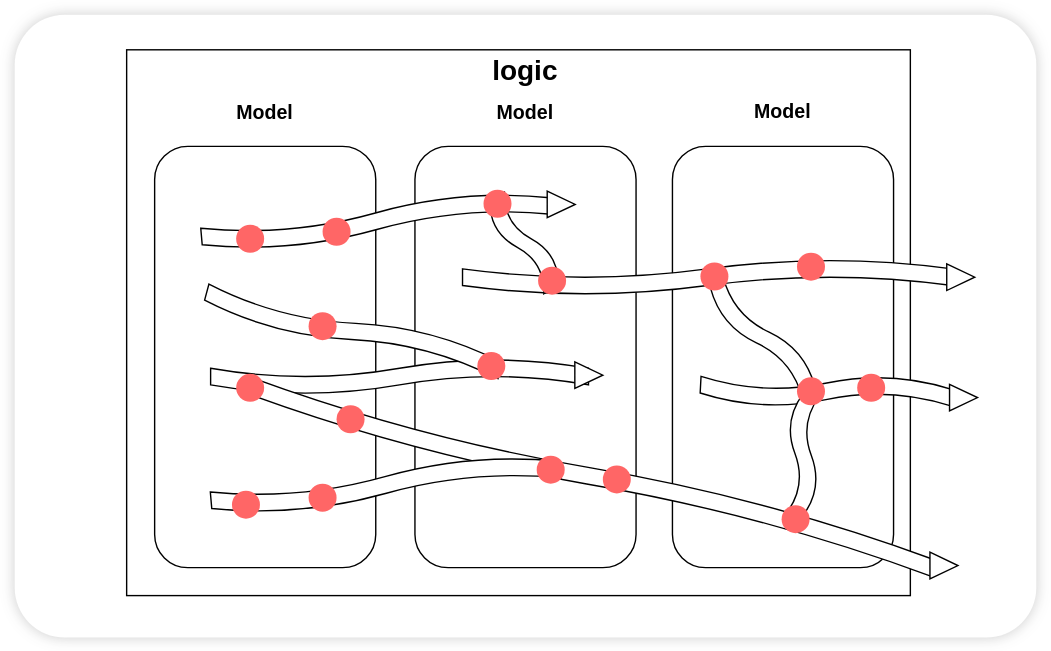
fluthjs/fluth-vue keeps this draw.io diagram as packages/public/logic-stream.drawio.svg. Above is the earlier version. Source tidied: cells renumbered, new cells last; positions are measured from the earlier drawing's top-left corner, leaving out a move shared by most shapes.
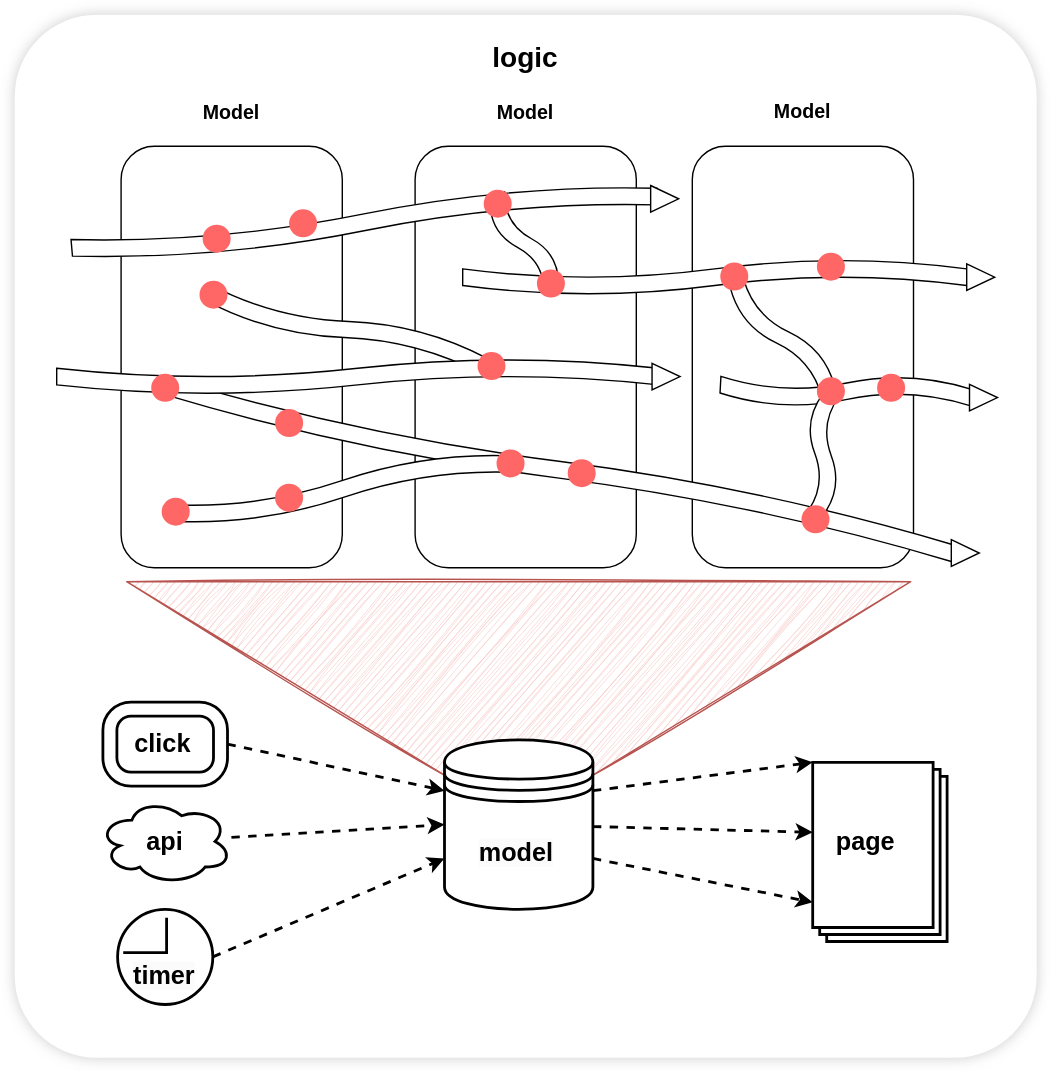
The same file after the commit.

Commit message:
feat: add fluth global factory

Change to the diagram source:
```diff
@@ -3,127 +3,193 @@
     <mxCell id="0" />
     <mxCell id="1" parent="0" />
     <mxCell id="2" style="rounded=1;whiteSpace=wrap;html=1;fontFamily=Helvetica;fontSize=11;fontColor=default;labelBackgroundColor=default;arcSize=8;shadow=1;glass=0;strokeColor=none;shadowOffsetX=0;shadowOffsetY=0;shadowBlur=5;shadowColor=#333333;" parent="1" vertex="1">
-      <mxGeometry width="730" height="445" as="geometry" />
+      <mxGeometry width="730" height="745" as="geometry" />
     </mxCell>
-    <mxCell id="3" style="rounded=0;whiteSpace=wrap;html=1;" parent="1" vertex="1">
-      <mxGeometry x="80" y="25" width="560" height="390" as="geometry" />
-    </mxCell>
     <mxCell id="4" value="&lt;font style=&quot;font-size: 20px;&quot;&gt;&lt;b&gt;logic&lt;/b&gt;&lt;/font&gt;" style="text;html=1;align=center;verticalAlign=middle;whiteSpace=wrap;rounded=0;fontFamily=Helvetica;fontSize=11;fontColor=default;labelBackgroundColor=default;" parent="1" vertex="1">
-      <mxGeometry x="335" y="24" width="60" height="30" as="geometry" />
+      <mxGeometry x="335" y="15" width="60" height="30" as="geometry" />
     </mxCell>
     <mxCell id="5" value="&lt;b&gt;&lt;font style=&quot;font-size: 14px;&quot;&gt;Model&lt;/font&gt;&lt;/b&gt;" style="text;html=1;align=center;verticalAlign=middle;whiteSpace=wrap;rounded=0;" parent="1" vertex="1">
-      <mxGeometry x="149" y="55" width="60" height="30" as="geometry" />
+      <mxGeometry x="125" y="55" width="60" height="30" as="geometry" />
     </mxCell>
     <mxCell id="6" value="&lt;b&gt;&lt;font style=&quot;font-size: 14px;&quot;&gt;Model&lt;/font&gt;&lt;/b&gt;" style="text;html=1;align=center;verticalAlign=middle;whiteSpace=wrap;rounded=0;" parent="1" vertex="1">
       <mxGeometry x="335" y="55" width="60" height="30" as="geometry" />
     </mxCell>
     <mxCell id="7" value="&lt;b&gt;&lt;font style=&quot;font-size: 14px;&quot;&gt;Model&lt;/font&gt;&lt;/b&gt;" style="text;html=1;align=center;verticalAlign=middle;whiteSpace=wrap;rounded=0;" parent="1" vertex="1">
-      <mxGeometry x="519" y="54" width="60" height="30" as="geometry" />
+      <mxGeometry x="533" y="54" width="60" height="30" as="geometry" />
     </mxCell>
     <mxCell id="8" style="rounded=1;whiteSpace=wrap;html=1;" parent="1" vertex="1">
-      <mxGeometry x="470" y="94" width="158" height="301" as="geometry" />
+      <mxGeometry x="484" y="94" width="158" height="301" as="geometry" />
     </mxCell>
     <mxCell id="9" style="rounded=1;whiteSpace=wrap;html=1;" parent="1" vertex="1">
-      <mxGeometry x="100" y="94" width="158" height="301" as="geometry" />
+      <mxGeometry x="76" y="94" width="158" height="301" as="geometry" />
     </mxCell>
     <mxCell id="10" style="rounded=1;whiteSpace=wrap;html=1;" parent="1" vertex="1">
       <mxGeometry x="286" y="94" width="158" height="301" as="geometry" />
     </mxCell>
-    <mxCell id="11" style="shape=tape;whiteSpace=wrap;html=1;strokeWidth=1;size=0.525;" parent="1" vertex="1">
-      <mxGeometry x="140" y="246" width="270" height="25" as="geometry" />
-    </mxCell>
-    <mxCell id="12" style="shape=tape;whiteSpace=wrap;html=1;strokeWidth=1;size=0.525;rotation=15;" parent="1" vertex="1">
-      <mxGeometry x="155.2" y="317" width="510" height="25" as="geometry" />
+    <mxCell id="12" style="shape=tape;whiteSpace=wrap;html=1;strokeWidth=1;size=0.525;rotation=12;" parent="1" vertex="1">
+      <mxGeometry x="100.4" y="312.5" width="576.8" height="25" as="geometry" />
     </mxCell>
-    <mxCell id="13" style="shape=waypoint;sketch=0;fillStyle=solid;size=6;fillColor=none;perimeter=centerPerimeter;strokeWidth=8;strokeColor=#FF6666;" parent="1" vertex="1">
-      <mxGeometry x="158.2" y="256.5" width="20" height="20" as="geometry" />
-    </mxCell>
-    <mxCell id="14" style="shape=tape;whiteSpace=wrap;html=1;strokeWidth=1;size=0.525;rotation=-5;" parent="1" vertex="1">
-      <mxGeometry x="139.8" y="323.4" width="250.5" height="25" as="geometry" />
+    <mxCell id="14" style="shape=tape;whiteSpace=wrap;html=1;strokeWidth=1;size=0.525;rotation=352;" parent="1" vertex="1">
+      <mxGeometry x="110.1" y="326.1" width="249.9" height="25" as="geometry" />
     </mxCell>
     <mxCell id="15" style="shape=waypoint;sketch=0;fillStyle=solid;size=6;fillColor=none;perimeter=centerPerimeter;strokeWidth=8;strokeColor=#FF6666;" parent="1" vertex="1">
-      <mxGeometry x="373" y="315" width="20" height="20" as="geometry" />
+      <mxGeometry x="344.2" y="310.5" width="20" height="20" as="geometry" />
     </mxCell>
     <mxCell id="16" style="shape=waypoint;sketch=0;fillStyle=solid;size=6;fillColor=none;perimeter=centerPerimeter;strokeWidth=8;strokeColor=#FF6666;" parent="1" vertex="1">
-      <mxGeometry x="155.2" y="340" width="20" height="20" as="geometry" />
+      <mxGeometry x="105" y="345" width="20" height="20" as="geometry" />
     </mxCell>
     <mxCell id="17" style="triangle;whiteSpace=wrap;html=1;" parent="1" vertex="1">
-      <mxGeometry x="654" y="384" width="20" height="19" as="geometry" />
+      <mxGeometry x="669" y="375" width="20" height="19" as="geometry" />
     </mxCell>
     <mxCell id="18" style="shape=tape;whiteSpace=wrap;html=1;strokeWidth=1;size=0.525;rotation=15;" parent="1" vertex="1">
-      <mxGeometry x="133.6" y="213.7" width="217" height="25" as="geometry" />
+      <mxGeometry x="133.7" y="212.4" width="206.4" height="25" as="geometry" />
     </mxCell>
-    <mxCell id="19" style="shape=waypoint;sketch=0;fillStyle=solid;size=6;fillColor=none;perimeter=centerPerimeter;strokeWidth=8;strokeColor=#FF6666;" parent="1" vertex="1">
-      <mxGeometry x="330.6" y="241" width="20" height="20" as="geometry" />
-    </mxCell>
     <mxCell id="20" style="shape=tape;whiteSpace=wrap;html=1;strokeWidth=1;size=0.525;rotation=-5;" parent="1" vertex="1">
-      <mxGeometry x="133" y="135" width="250.5" height="25" as="geometry" />
+      <mxGeometry x="40" y="135.7" width="420" height="25" as="geometry" />
     </mxCell>
     <mxCell id="21" style="shape=waypoint;sketch=0;fillStyle=solid;size=6;fillColor=none;perimeter=centerPerimeter;strokeWidth=8;strokeColor=#FF6666;" parent="1" vertex="1">
-      <mxGeometry x="158.2" y="150" width="20" height="20" as="geometry" />
+      <mxGeometry x="134.2" y="150" width="20" height="20" as="geometry" />
     </mxCell>
     <mxCell id="22" style="shape=tape;whiteSpace=wrap;html=1;strokeWidth=1;size=0.525;" parent="1" vertex="1">
-      <mxGeometry x="320" y="175" width="350" height="25" as="geometry" />
+      <mxGeometry x="320" y="175" width="360" height="25" as="geometry" />
     </mxCell>
     <mxCell id="23" style="triangle;whiteSpace=wrap;html=1;" parent="1" vertex="1">
-      <mxGeometry x="380.5" y="126" width="20" height="19" as="geometry" />
+      <mxGeometry x="454.2" y="122" width="20" height="19" as="geometry" />
     </mxCell>
     <mxCell id="24" style="shape=tape;whiteSpace=wrap;html=1;strokeWidth=1;size=0.525;rotation=60;" parent="1" vertex="1">
       <mxGeometry x="325.5" y="150.5" width="77" height="25" as="geometry" />
     </mxCell>
     <mxCell id="25" style="shape=waypoint;sketch=0;fillStyle=solid;size=6;fillColor=none;perimeter=centerPerimeter;strokeWidth=8;strokeColor=#FF6666;" parent="1" vertex="1">
-      <mxGeometry x="374" y="180" width="20" height="20" as="geometry" />
+      <mxGeometry x="373" y="182" width="20" height="20" as="geometry" />
     </mxCell>
     <mxCell id="26" style="shape=waypoint;sketch=0;fillStyle=solid;size=6;fillColor=none;perimeter=centerPerimeter;strokeWidth=8;strokeColor=#FF6666;" parent="1" vertex="1">
       <mxGeometry x="335" y="125" width="20" height="20" as="geometry" />
     </mxCell>
     <mxCell id="27" style="shape=waypoint;sketch=0;fillStyle=solid;size=6;fillColor=none;perimeter=centerPerimeter;strokeWidth=8;strokeColor=#FF6666;" parent="1" vertex="1">
-      <mxGeometry x="210" y="212.5" width="20" height="20" as="geometry" />
+      <mxGeometry x="132" y="190" width="20" height="20" as="geometry" />
     </mxCell>
     <mxCell id="28" style="triangle;whiteSpace=wrap;html=1;" parent="1" vertex="1">
-      <mxGeometry x="666" y="178" width="20" height="19" as="geometry" />
+      <mxGeometry x="680" y="178" width="20" height="19" as="geometry" />
     </mxCell>
-    <mxCell id="29" style="triangle;whiteSpace=wrap;html=1;" parent="1" vertex="1">
-      <mxGeometry x="400.2" y="248" width="20" height="19" as="geometry" />
-    </mxCell>
     <mxCell id="30" style="shape=tape;whiteSpace=wrap;html=1;strokeWidth=1;size=0.525;rotation=3;" parent="1" vertex="1">
-      <mxGeometry x="490" y="256.5" width="180" height="25" as="geometry" />
+      <mxGeometry x="504" y="256.5" width="180" height="25" as="geometry" />
     </mxCell>
     <mxCell id="31" style="triangle;whiteSpace=wrap;html=1;" parent="1" vertex="1">
-      <mxGeometry x="668" y="264" width="20" height="19" as="geometry" />
+      <mxGeometry x="682" y="264" width="20" height="19" as="geometry" />
     </mxCell>
     <mxCell id="32" style="shape=tape;whiteSpace=wrap;html=1;strokeWidth=1;size=0.525;rotation=50;" parent="1" vertex="1">
-      <mxGeometry x="483.5" y="218.1" width="102" height="25" as="geometry" />
+      <mxGeometry x="497.5" y="218.1" width="102" height="25" as="geometry" />
     </mxCell>
     <mxCell id="33" style="shape=waypoint;sketch=0;fillStyle=solid;size=6;fillColor=none;perimeter=centerPerimeter;strokeWidth=8;strokeColor=#FF6666;" parent="1" vertex="1">
-      <mxGeometry x="490" y="177" width="20" height="20" as="geometry" />
+      <mxGeometry x="504" y="177" width="20" height="20" as="geometry" />
     </mxCell>
     <mxCell id="34" style="shape=tape;whiteSpace=wrap;html=1;strokeWidth=1;size=0.525;rotation=98;" parent="1" vertex="1">
-      <mxGeometry x="520.1" y="301.6" width="86.5" height="25" as="geometry" />
+      <mxGeometry x="534.1" y="301.6" width="86.5" height="25" as="geometry" />
     </mxCell>
     <mxCell id="35" style="shape=waypoint;sketch=0;fillStyle=solid;size=6;fillColor=none;perimeter=centerPerimeter;strokeWidth=8;strokeColor=#FF6666;" parent="1" vertex="1">
-      <mxGeometry x="559" y="259" width="20" height="20" as="geometry" />
+      <mxGeometry x="573" y="259" width="20" height="20" as="geometry" />
     </mxCell>
     <mxCell id="36" style="shape=waypoint;sketch=0;fillStyle=solid;size=6;fillColor=none;perimeter=centerPerimeter;strokeWidth=8;strokeColor=#FF6666;" parent="1" vertex="1">
-      <mxGeometry x="548" y="350.4" width="20" height="20" as="geometry" />
+      <mxGeometry x="562" y="350.4" width="20" height="20" as="geometry" />
     </mxCell>
     <mxCell id="37" style="shape=waypoint;sketch=0;fillStyle=solid;size=6;fillColor=none;perimeter=centerPerimeter;strokeWidth=8;strokeColor=#FF6666;" parent="1" vertex="1">
-      <mxGeometry x="220" y="145" width="20" height="20" as="geometry" />
+      <mxGeometry x="196" y="139" width="20" height="20" as="geometry" />
     </mxCell>
     <mxCell id="38" style="shape=waypoint;sketch=0;fillStyle=solid;size=6;fillColor=none;perimeter=centerPerimeter;strokeWidth=8;strokeColor=#FF6666;" parent="1" vertex="1">
-      <mxGeometry x="230" y="279" width="20" height="20" as="geometry" />
+      <mxGeometry x="186" y="281.6" width="20" height="20" as="geometry" />
     </mxCell>
     <mxCell id="39" style="shape=waypoint;sketch=0;fillStyle=solid;size=6;fillColor=none;perimeter=centerPerimeter;strokeWidth=8;strokeColor=#FF6666;" parent="1" vertex="1">
-      <mxGeometry x="210" y="335" width="20" height="20" as="geometry" />
+      <mxGeometry x="186" y="335" width="20" height="20" as="geometry" />
     </mxCell>
     <mxCell id="40" style="shape=waypoint;sketch=0;fillStyle=solid;size=6;fillColor=none;perimeter=centerPerimeter;strokeWidth=8;strokeColor=#FF6666;" parent="1" vertex="1">
-      <mxGeometry x="420.2" y="322" width="20" height="20" as="geometry" />
+      <mxGeometry x="395" y="317.5" width="20" height="20" as="geometry" />
     </mxCell>
     <mxCell id="41" style="shape=waypoint;sketch=0;fillStyle=solid;size=6;fillColor=none;perimeter=centerPerimeter;strokeWidth=8;strokeColor=#FF6666;" parent="1" vertex="1">
-      <mxGeometry x="559" y="170" width="20" height="20" as="geometry" />
+      <mxGeometry x="573" y="170" width="20" height="20" as="geometry" />
     </mxCell>
     <mxCell id="42" style="shape=waypoint;sketch=0;fillStyle=solid;size=6;fillColor=none;perimeter=centerPerimeter;strokeWidth=8;strokeColor=#FF6666;" parent="1" vertex="1">
-      <mxGeometry x="602" y="256.5" width="20" height="20" as="geometry" />
+      <mxGeometry x="616" y="256.5" width="20" height="20" as="geometry" />
     </mxCell>
+    <mxCell id="11" style="shape=tape;whiteSpace=wrap;html=1;strokeWidth=1;size=0.525;" parent="1" vertex="1">
+      <mxGeometry x="30" y="246" width="430" height="25" as="geometry" />
+    </mxCell>
+    <mxCell id="13" style="shape=waypoint;sketch=0;fillStyle=solid;size=6;fillColor=none;perimeter=centerPerimeter;strokeWidth=8;strokeColor=#FF6666;" parent="1" vertex="1">
+      <mxGeometry x="97.5" y="256.5" width="20" height="20" as="geometry" />
+    </mxCell>
+    <mxCell id="29" style="triangle;whiteSpace=wrap;html=1;" parent="1" vertex="1">
+      <mxGeometry x="455.2" y="249" width="20" height="19" as="geometry" />
+    </mxCell>
+    <mxCell id="19" style="shape=waypoint;sketch=0;fillStyle=solid;size=6;fillColor=none;perimeter=centerPerimeter;strokeWidth=8;strokeColor=#FF6666;" parent="1" vertex="1">
+      <mxGeometry x="330.6" y="241" width="20" height="20" as="geometry" />
+    </mxCell>
+    <mxCell id="43" style="edgeStyle=none;html=1;strokeWidth=2;dashed=1;entryX=0;entryY=0;entryDx=0;entryDy=50;entryPerimeter=0;fontSize=18;fontStyle=1;" parent="1" edge="1" source="64" target="58">
+      <mxGeometry relative="1" as="geometry" />
+    </mxCell>
+    <mxCell id="44" style="edgeStyle=none;html=1;exitX=1;exitY=0.7;exitDx=0;exitDy=0;strokeWidth=2;dashed=1;entryX=0;entryY=0;entryDx=0;entryDy=100;entryPerimeter=0;fontSize=18;fontStyle=1;" parent="1" edge="1" source="64" target="58">
+      <mxGeometry relative="1" as="geometry" />
+    </mxCell>
+    <mxCell id="45" style="edgeStyle=none;html=1;entryX=0;entryY=0.5;entryDx=0;entryDy=0;strokeWidth=2;dashed=1;fontSize=18;fontStyle=1;" parent="1" edge="1" source="46" target="64">
+      <mxGeometry relative="1" as="geometry" />
+    </mxCell>
+    <mxCell id="46" value="&lt;font&gt;api&lt;/font&gt;" style="ellipse;shape=cloud;whiteSpace=wrap;html=1;strokeWidth=2;fontSize=18;fontStyle=1;" parent="1" vertex="1">
+      <mxGeometry x="60" y="560" width="95" height="61" as="geometry" />
+    </mxCell>
+    <mxCell id="47" style="edgeStyle=none;html=1;exitX=1;exitY=0.3;exitDx=0;exitDy=0;entryX=0;entryY=0;entryDx=0;entryDy=0;entryPerimeter=0;strokeWidth=2;dashed=1;fontSize=18;fontStyle=1;" parent="1" edge="1" source="64" target="58">
+      <mxGeometry relative="1" as="geometry" />
+    </mxCell>
+    <mxCell id="48" style="edgeStyle=none;html=1;exitX=1;exitY=0.5;exitDx=0;exitDy=0;exitPerimeter=0;entryX=0;entryY=0.3;entryDx=0;entryDy=0;strokeWidth=2;dashed=1;fontSize=18;fontStyle=1;" parent="1" edge="1" source="55" target="64">
+      <mxGeometry relative="1" as="geometry" />
+    </mxCell>
+    <mxCell id="49" style="edgeStyle=none;html=1;entryX=0;entryY=0.7;entryDx=0;entryDy=0;strokeWidth=2;dashed=1;fontSize=18;fontStyle=1;exitX=1;exitY=0.5;exitDx=0;exitDy=0;" parent="1" edge="1" source="51" target="64">
+      <mxGeometry relative="1" as="geometry" />
+    </mxCell>
+    <mxCell id="50" style="group;strokeWidth=2;" parent="1" vertex="1">
+      <mxGeometry x="73.5" y="639" width="68" height="68" as="geometry" />
+    </mxCell>
+    <mxCell id="51" style="ellipse;whiteSpace=wrap;html=1;strokeWidth=2;fontSize=18;fillColor=none;fontStyle=1;" parent="50" vertex="1">
+      <mxGeometry width="68" height="68" as="geometry" />
+    </mxCell>
+    <mxCell id="52" style="shape=partialRectangle;whiteSpace=wrap;html=1;bottom=0;right=0;fillColor=none;rotation=-180;strokeWidth=2;fontSize=18;fontStyle=1;" parent="50" vertex="1">
+      <mxGeometry x="5" y="7" width="30" height="24" as="geometry" />
+    </mxCell>
+    <mxCell id="53" value="&lt;span style=&quot;color: rgb(0, 0, 0); font-family: Helvetica; font-style: normal; font-variant-ligatures: normal; font-variant-caps: normal; letter-spacing: normal; orphans: 2; text-align: center; text-indent: 0px; text-transform: none; widows: 2; word-spacing: 0px; -webkit-text-stroke-width: 0px; white-space: normal; background-color: rgb(251, 251, 251); text-decoration-thickness: initial; text-decoration-style: initial; text-decoration-color: initial; float: none; display: inline !important;&quot;&gt;timer&lt;/span&gt;" style="text;whiteSpace=wrap;html=1;fillColor=none;fontSize=18;fontStyle=1;strokeWidth=2;" parent="50" vertex="1">
+      <mxGeometry x="9.5" y="31" width="55" height="29" as="geometry" />
+    </mxCell>
+    <mxCell id="54" style="group;strokeWidth=2;" parent="1" vertex="1">
+      <mxGeometry x="63" y="491" width="89" height="60" as="geometry" />
+    </mxCell>
+    <mxCell id="55" style="verticalLabelPosition=bottom;verticalAlign=top;html=1;shape=mxgraph.basic.rounded_frame;dx=10;whiteSpace=wrap;strokeWidth=2;fontSize=18;fontStyle=1;" parent="54" vertex="1">
+      <mxGeometry width="89" height="60" as="geometry" />
+    </mxCell>
+    <mxCell id="56" value="click" style="text;html=1;align=center;verticalAlign=middle;whiteSpace=wrap;rounded=0;fontSize=18;fontStyle=1;strokeWidth=2;" parent="54" vertex="1">
+      <mxGeometry x="12.5" y="15" width="60" height="30" as="geometry" />
+    </mxCell>
+    <mxCell id="57" style="group;strokeWidth=2;" parent="1" vertex="1">
+      <mxGeometry x="570" y="534" width="96" height="128" as="geometry" />
+    </mxCell>
+    <mxCell id="58" style="verticalLabelPosition=bottom;verticalAlign=top;html=1;shape=mxgraph.basic.layered_rect;dx=10;outlineConnect=0;whiteSpace=wrap;strokeWidth=2;fontSize=18;fontStyle=1;" parent="57" vertex="1">
+      <mxGeometry width="96" height="128" as="geometry" />
+    </mxCell>
+    <mxCell id="59" value="&lt;font&gt;page&lt;/font&gt;" style="text;html=1;align=center;verticalAlign=middle;whiteSpace=wrap;rounded=0;fontSize=18;fontStyle=1;strokeWidth=2;" parent="57" vertex="1">
+      <mxGeometry x="7.5" y="41.5" width="60" height="30" as="geometry" />
+    </mxCell>
+    <mxCell id="60" style="shape=trapezoid;perimeter=trapezoidPerimeter;whiteSpace=wrap;html=1;fixedSize=1;rotation=-180;size=230;fillColor=#f8cecc;strokeColor=#b85450;rounded=0;shadow=0;sketch=1;curveFitting=1;jiggle=2;" parent="1" vertex="1">
+      <mxGeometry x="80" y="405" width="560" height="140" as="geometry" />
+    </mxCell>
+    <mxCell id="61" style="group;strokeWidth=2;" parent="1" vertex="1">
+      <mxGeometry x="307" y="518" width="106" height="121" as="geometry" />
+    </mxCell>
+    <mxCell id="62" value="&lt;font&gt;mode&lt;/font&gt;" style="text;html=1;align=center;verticalAlign=middle;whiteSpace=wrap;rounded=0;fontSize=18;fontStyle=1;strokeWidth=2;" parent="61" vertex="1">
+      <mxGeometry x="26.8" y="64" width="60" height="30" as="geometry" />
+    </mxCell>
+    <mxCell id="63" style="group;" parent="61" vertex="1">
+      <mxGeometry width="106" height="121" as="geometry" />
+    </mxCell>
+    <mxCell id="64" style="shape=datastore;whiteSpace=wrap;html=1;strokeWidth=2;fontSize=18;fontStyle=1;" parent="63" vertex="1">
+      <mxGeometry width="106" height="121" as="geometry" />
+    </mxCell>
+    <mxCell id="65" value="&lt;span style=&quot;color: rgb(0, 0, 0); font-family: Helvetica; font-style: normal; font-variant-ligatures: normal; font-variant-caps: normal; letter-spacing: normal; orphans: 2; text-align: center; text-indent: 0px; text-transform: none; widows: 2; word-spacing: 0px; -webkit-text-stroke-width: 0px; white-space: normal; background-color: rgb(251, 251, 251); text-decoration-thickness: initial; text-decoration-style: initial; text-decoration-color: initial; float: none; display: inline !important;&quot;&gt;model&lt;/span&gt;" style="text;whiteSpace=wrap;html=1;fillColor=none;fontSize=18;fontStyle=1;strokeWidth=2;" parent="63" vertex="1">
+      <mxGeometry x="23" y="64" width="55" height="29" as="geometry" />
+    </mxCell>
   </root>
 </mxGraphModel>
```
